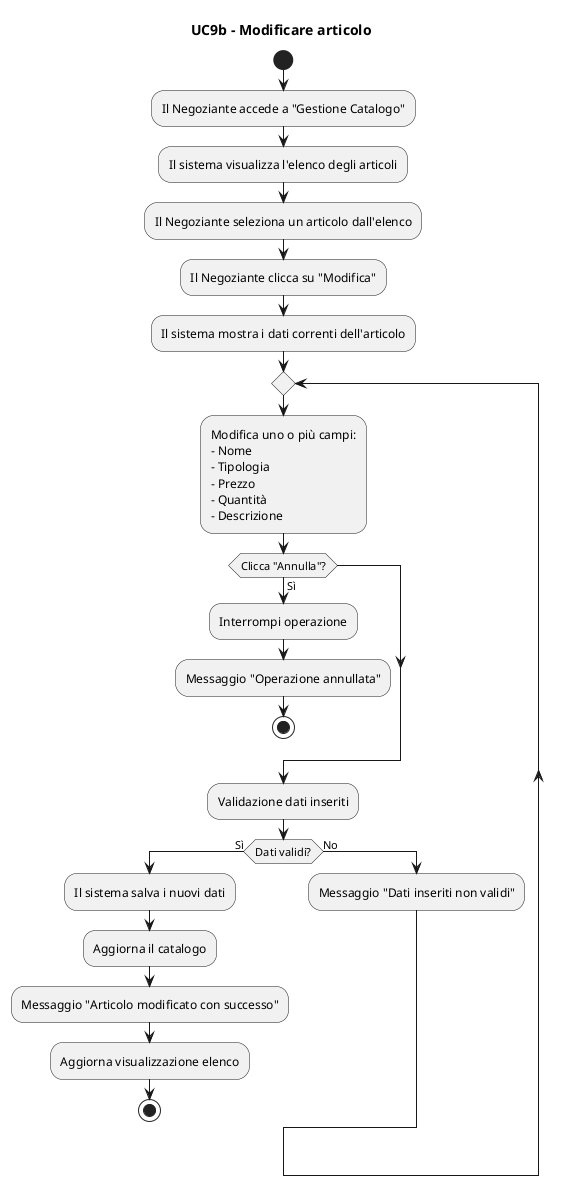
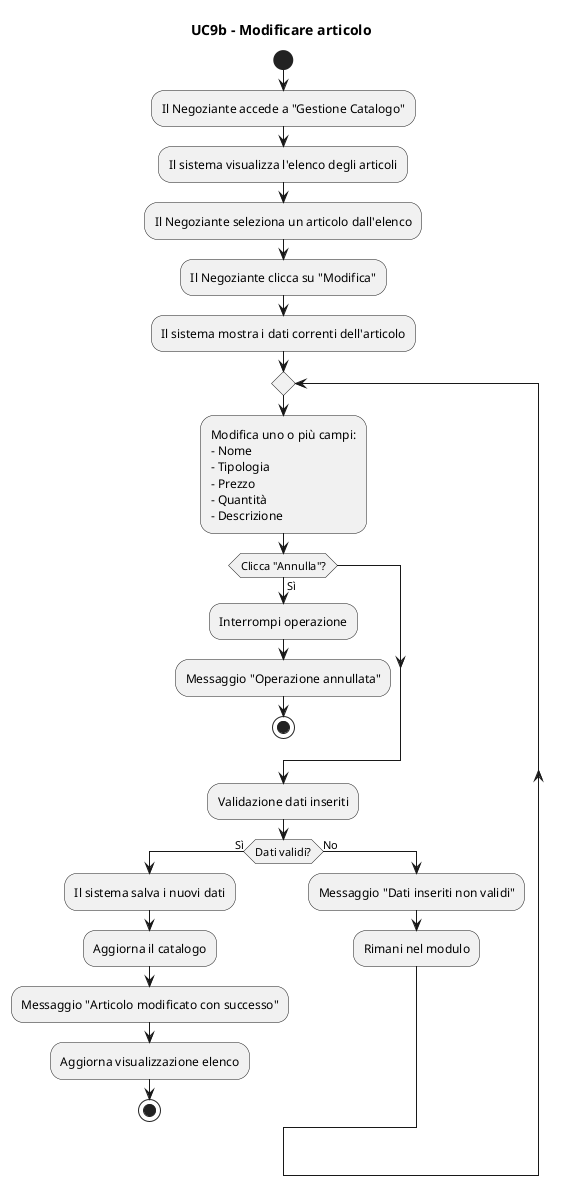
@startuml
title UC9b - Modificare articolo
start

:Il Negoziante accede a "Gestione Catalogo";
:Il sistema visualizza l'elenco degli articoli;
:Il Negoziante seleziona un articolo dall'elenco;
:Il Negoziante clicca su "Modifica";
:Il sistema mostra i dati correnti dell'articolo;

repeat
  :Modifica uno o più campi:
  - Nome
  - Tipologia
  - Prezzo
  - Quantità
  - Descrizione;

  if (Clicca "Annulla"?) then (Sì)
    :Interrompi operazione;
    :Messaggio "Operazione annullata";
    stop
  endif

  :Validazione dati inseriti;

  if (Dati validi?) then (Sì)
    :Il sistema salva i nuovi dati;
    :Aggiorna il catalogo;
    :Messaggio "Articolo modificato con successo";
    :Aggiorna visualizzazione elenco;
    stop
  else (No)
      :Messaggio "Dati inseriti non validi";
+       :Rimani nel modulo;
  endif
@enduml